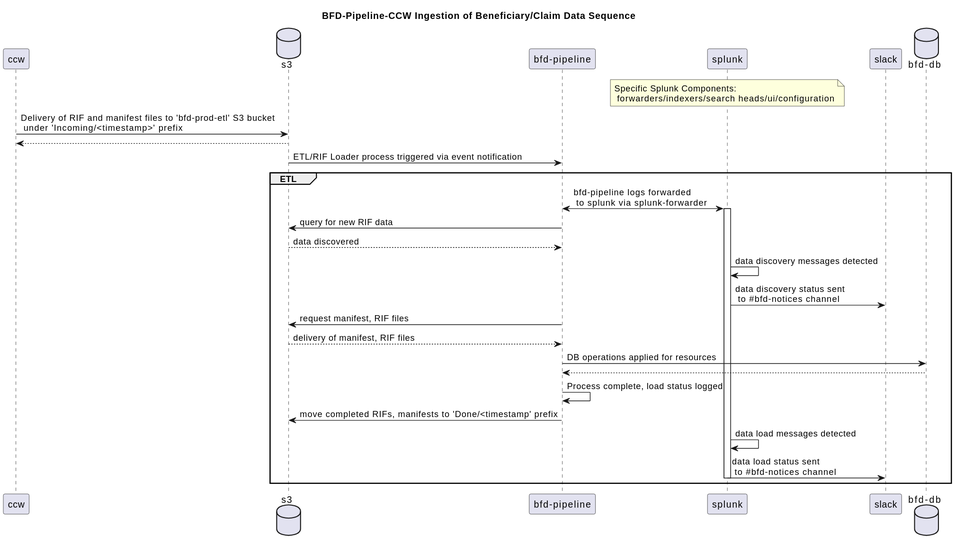
This is docs/assets/fhir-resource-ingestion-digestion-diagrams/bfd-pipeline-ccw-ingestion.svg from CMSgov/beneficiary-fhir-data, a PlantUML export, as it was before one commit.
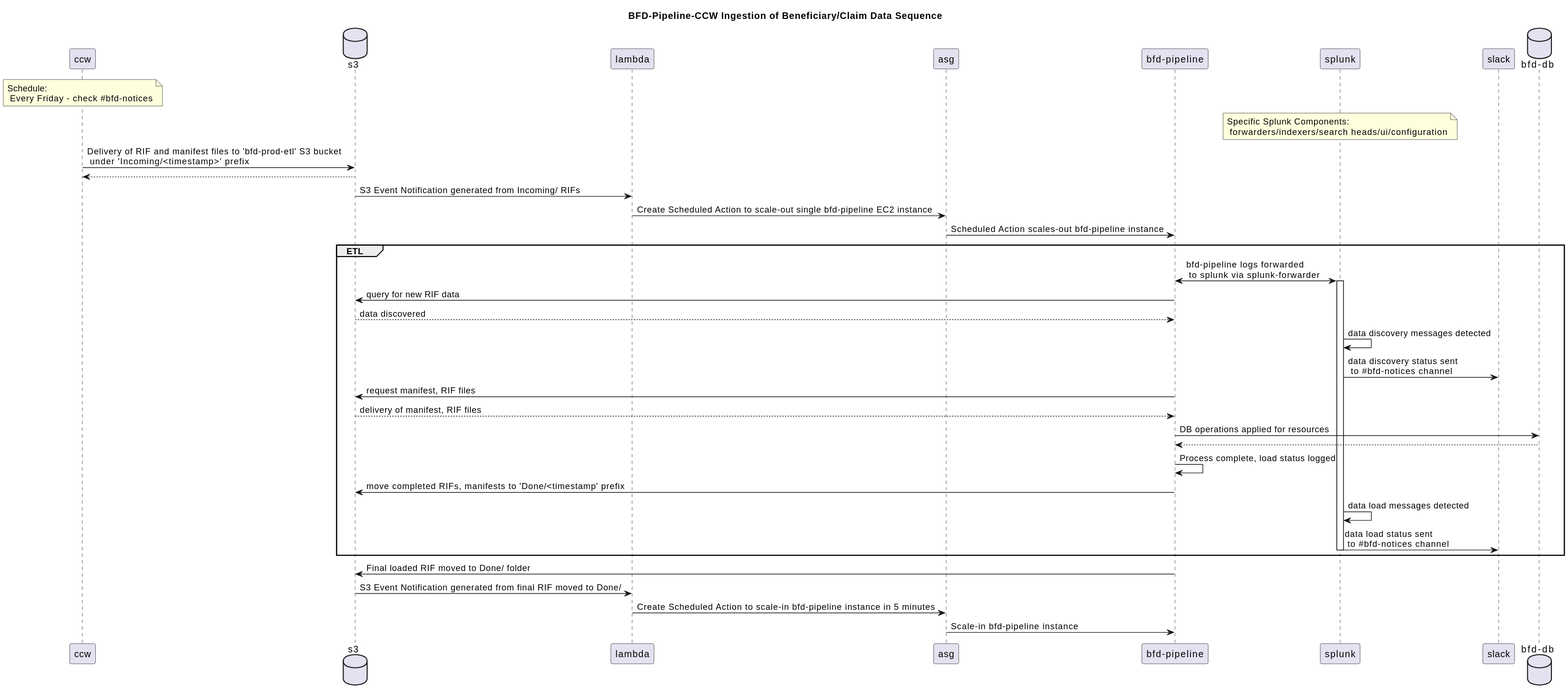
The same diagram one commit later.

Change to the diagram source:
```diff
@@ -1,7 +1,10 @@
 @startuml
 title BFD-Pipeline-CCW Ingestion of Beneficiary/Claim Data Sequence
 participant ccw
+note over ccw: Schedule: \n Every Friday - check #bfd-notices
 database s3
+participant "lambda"
+participant "asg"
 participant "bfd-pipeline"
 participant splunk
 note over splunk: Specific Splunk Components: \n forwarders/indexers/search heads/ui/configuration
@@ -9,7 +12,9 @@
 database "bfd-db"
 ccw -> s3: Delivery of RIF and manifest files to 'bfd-prod-etl' S3 bucket \n under 'Incoming/<timestamp>' prefix
 s3 --> ccw
-s3 -> "bfd-pipeline": ETL/RIF Loader process triggered via event notification
+s3 -> "lambda": S3 Event Notification generated from Incoming/ RIFs
+"lambda" -> "asg": Create Scheduled Action to scale-out single bfd-pipeline EC2 instance
+"asg" -> "bfd-pipeline": Scheduled Action scales-out bfd-pipeline instance
 group ETL
 "bfd-pipeline" <-> splunk: bfd-pipeline logs forwarded \n to splunk via splunk-forwarder
 activate splunk
@@ -27,4 +32,8 @@
 splunk -> slack: data load status sent \n to #bfd-notices channel
 deactivate splunk
 end
+"bfd-pipeline" -> s3: Final loaded RIF moved to Done/ folder
+s3 -> "lambda": S3 Event Notification generated from final RIF moved to Done/
+"lambda" -> "asg": Create Scheduled Action to scale-in bfd-pipeline instance in 5 minutes
+"asg" -> "bfd-pipeline": Scale-in bfd-pipeline instance
 @enduml
```
